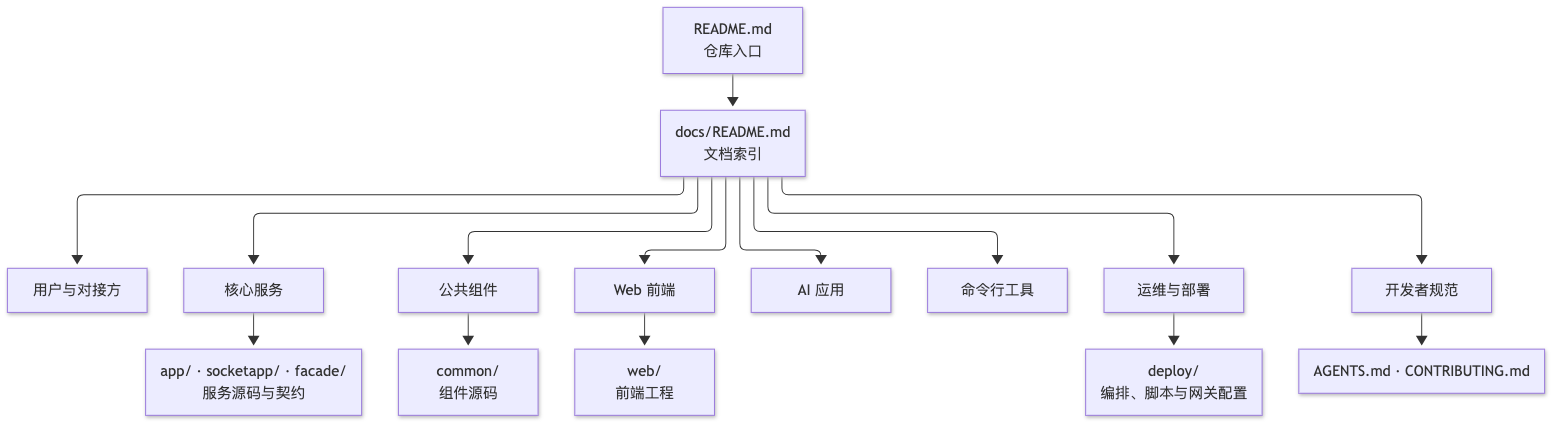
Earlier version of the Mermaid export docs/images/diagrams/doc-map.png (maomao94/zero-service). Its source is kept beside it as docs/images/diagrams/doc-map.mmd. The source it was exported from:
```mermaid
flowchart TB
    R["README.md<br/>仓库入口"] --> I["docs/README.md<br/>文档索引"]
    I --> U["用户与对接方"]
    I --> S["核心服务"]
    I --> C["公共组件"]
    I --> W["Web 前端"]
    I --> A["AI 应用"]
    I --> T["命令行工具"]
    I --> P["运维与部署"]
    I --> D["开发者规范"]
    S --> SRC["app/ · socketapp/ · facade/<br/>服务源码与契约"]
    C --> CMN["common/<br/>组件源码"]
    W --> WEB["web/<br/>前端工程"]
    P --> DEP["deploy/<br/>编排、脚本与网关配置"]
    D --> ROOT["AGENTS.md · CONTRIBUTING.md"]
```
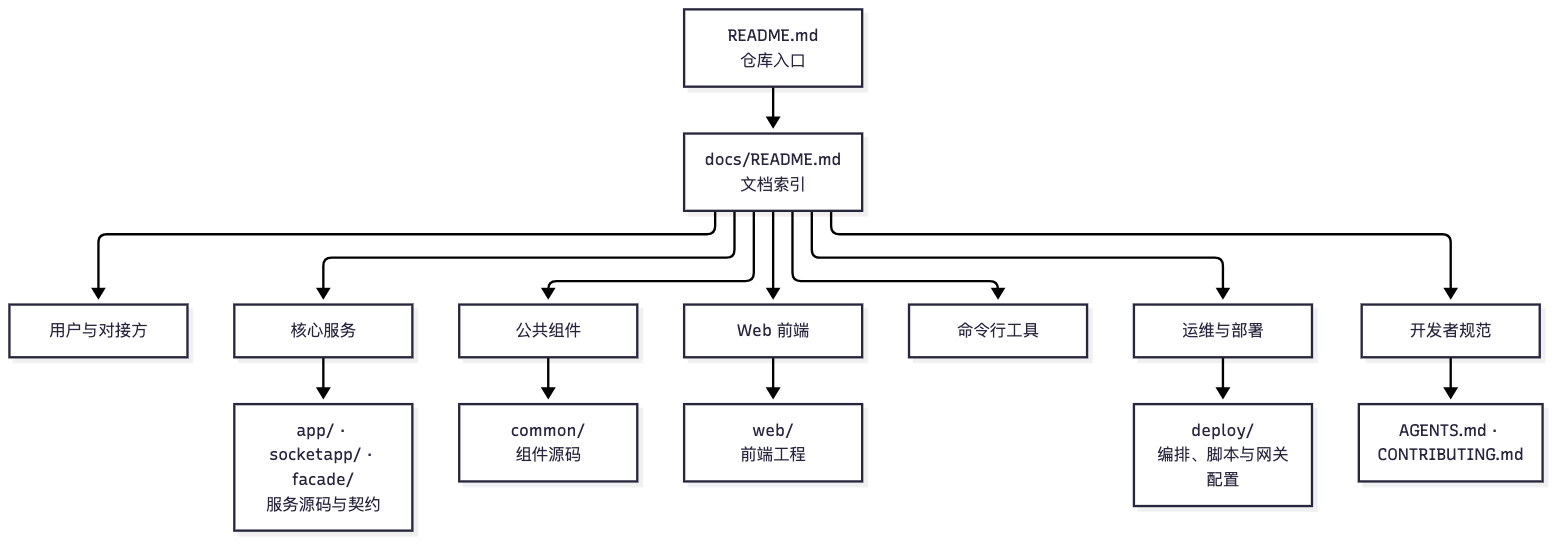
Above is the later version.

The edit, as a diff of the source:
```diff
@@ -4,7 +4,6 @@
     I --> S["核心服务"]
     I --> C["公共组件"]
     I --> W["Web 前端"]
-    I --> A["AI 应用"]
     I --> T["命令行工具"]
     I --> P["运维与部署"]
     I --> D["开发者规范"]
```
